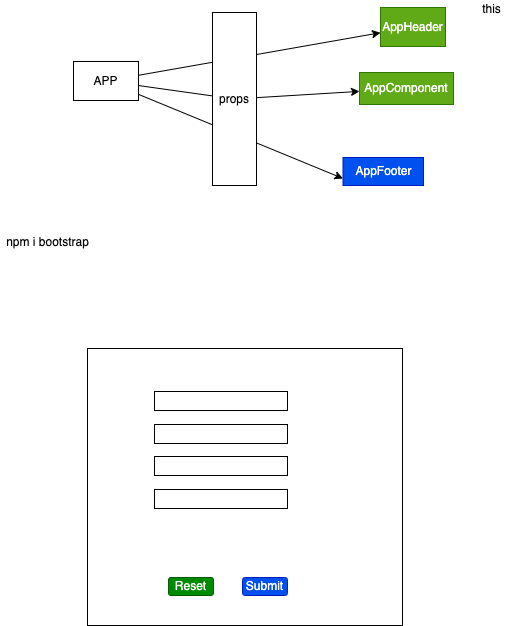
Before: images/day10.drawio.png, a diagram exported from draw.io (adithnaveen/2022-sapient-react-node-graphql). Source tidied: cells renumbered, new cells last; positions are measured from the earlier drawing's top-left corner, leaving out a move shared by most shapes.
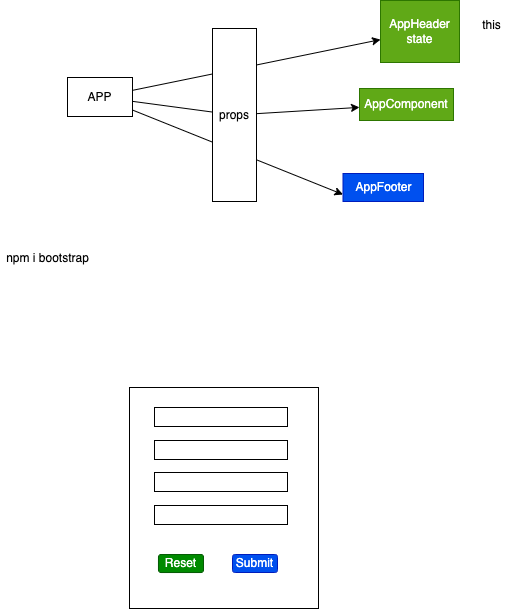
Above is the later version.

The edit, as a diff of the source:
```diff
@@ -12,10 +12,10 @@
       <mxGeometry relative="1" as="geometry" />
     </mxCell>
     <mxCell id="5" value="APP" style="rounded=0;whiteSpace=wrap;html=1;" parent="1" vertex="1">
-      <mxGeometry x="73" y="61" width="65" height="39" as="geometry" />
+      <mxGeometry x="67" y="61" width="65" height="39" as="geometry" />
     </mxCell>
-    <mxCell id="6" value="AppHeader" style="rounded=0;whiteSpace=wrap;html=1;fillColor=#60a917;fontColor=#ffffff;strokeColor=#2D7600;" parent="1" vertex="1">
-      <mxGeometry x="380" y="7" width="65" height="39" as="geometry" />
+    <mxCell id="6" value="AppHeader&lt;br&gt;state" style="rounded=0;whiteSpace=wrap;html=1;fillColor=#60a917;fontColor=#ffffff;strokeColor=#2D7600;" parent="1" vertex="1">
+      <mxGeometry x="380" y="-16" width="79" height="62" as="geometry" />
     </mxCell>
     <mxCell id="7" value="AppComponent" style="rounded=0;whiteSpace=wrap;html=1;fillColor=#60a917;fontColor=#ffffff;strokeColor=#2D7600;" parent="1" vertex="1">
       <mxGeometry x="359" y="72" width="94" height="32" as="geometry" />
@@ -36,13 +36,13 @@
       <mxGeometry x="476" width="29" height="18" as="geometry" />
     </mxCell>
     <mxCell id="13" style="rounded=0;whiteSpace=wrap;html=1;" parent="1" vertex="1">
-      <mxGeometry x="87" y="348" width="315" height="277" as="geometry" />
+      <mxGeometry x="129" y="371" width="189" height="221" as="geometry" />
     </mxCell>
     <mxCell id="14" value="Reset" style="rounded=1;whiteSpace=wrap;html=1;fillColor=#008a00;fontColor=#ffffff;strokeColor=#005700;" parent="1" vertex="1">
-      <mxGeometry x="168" y="577" width="45" height="18" as="geometry" />
+      <mxGeometry x="158" y="538" width="45" height="18" as="geometry" />
     </mxCell>
     <mxCell id="15" value="Submit" style="rounded=1;whiteSpace=wrap;html=1;fillColor=#0050ef;fontColor=#ffffff;strokeColor=#001DBC;" parent="1" vertex="1">
-      <mxGeometry x="242" y="577" width="45" height="18" as="geometry" />
+      <mxGeometry x="232" y="538" width="45" height="18" as="geometry" />
     </mxCell>
     <mxCell id="16" style="rounded=0;whiteSpace=wrap;html=1;" parent="1" vertex="1">
       <mxGeometry x="154" y="391" width="133" height="19" as="geometry" />
```
